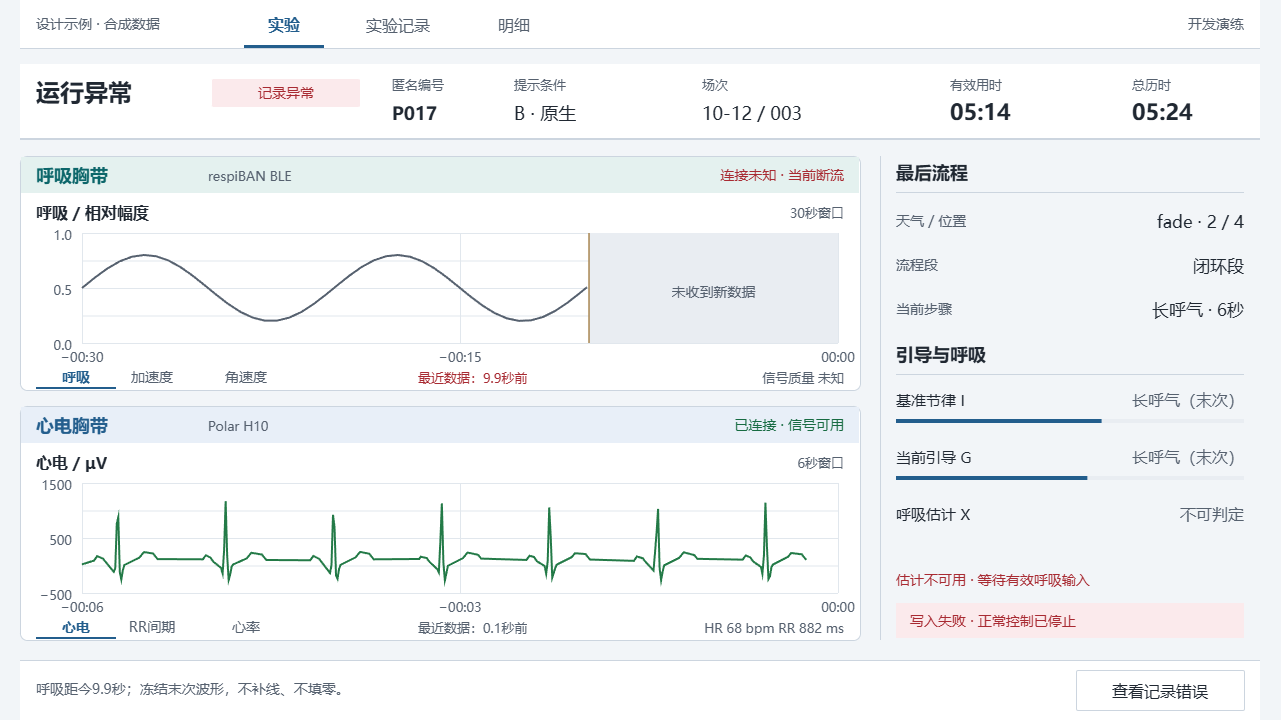
Above: human/deliverables/t01-workbench-design-20261012/11-fault.drawio.png in JunyeFu/Emotional-Healing-System (draw.io), before the change. Source tidied: cells renumbered, new cells last; positions are measured from the earlier drawing's top-left corner, leaving out a move shared by most shapes.
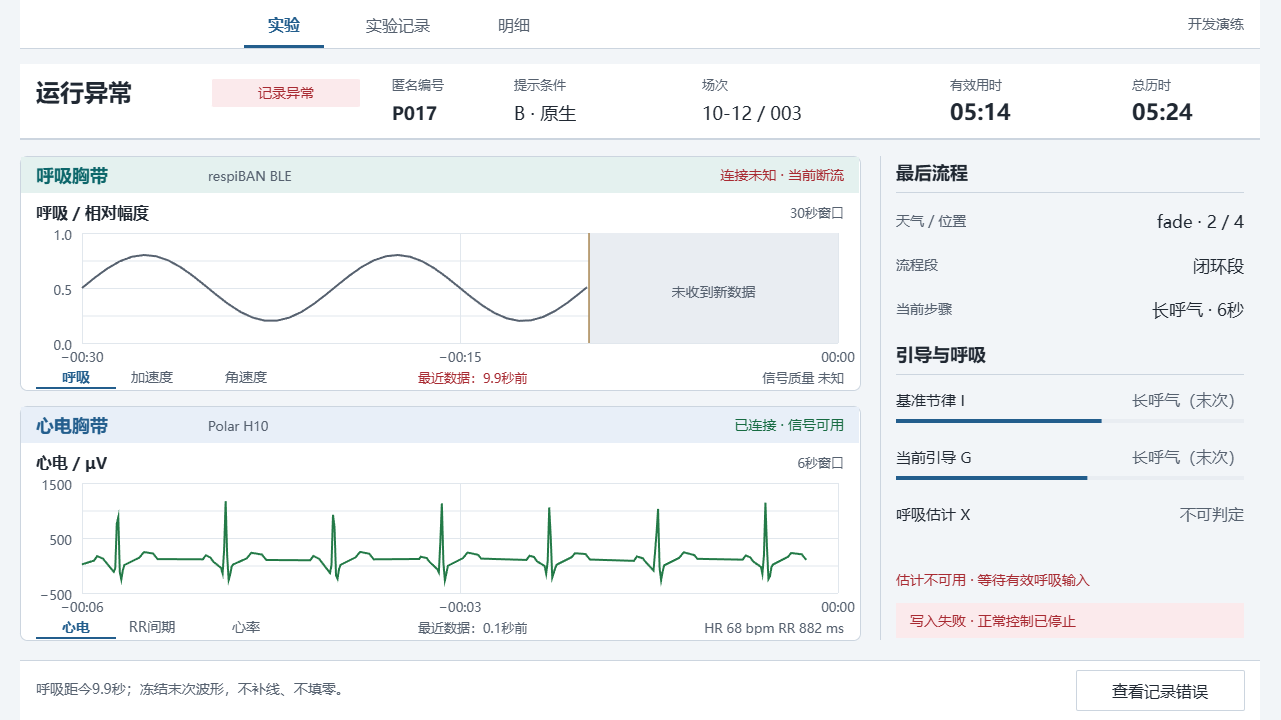
The same file after the commit.

Change to the diagram source:
```diff
@@ -8,9 +8,6 @@
     <mxCell id="3" style="rounded=0;arcSize=0;fillColor=#FFFFFF;strokeColor=none;fontColor=#202832;fontSize=16;fontFamily=Microsoft YaHei;align=left;verticalAlign=middle;whiteSpace=wrap;html=0;spacingLeft=12;spacingRight=12;" parent="1" vertex="1">
       <mxGeometry x="20" width="1240" height="48" as="geometry" />
     </mxCell>
-    <mxCell id="4" value="设计示例 · 合成数据" style="text;html=0;strokeColor=none;fillColor=none;whiteSpace=wrap;overflow=hidden;fontFamily=Microsoft YaHei;fontSize=14;fontColor=#56616F;fontStyle=0;align=left;verticalAlign=middle;spacing=0;" parent="1" vertex="1">
-      <mxGeometry x="36" y="10" width="190" height="28" as="geometry" />
-    </mxCell>
     <mxCell id="5" value="实验" style="text;html=0;strokeColor=none;fillColor=none;whiteSpace=wrap;overflow=hidden;fontFamily=Microsoft YaHei;fontSize=16;fontColor=#235E8D;fontStyle=1;align=center;verticalAlign=middle;spacing=0;" parent="1" vertex="1">
       <mxGeometry x="244" y="10" width="80" height="28" as="geometry" />
     </mxCell>
```
